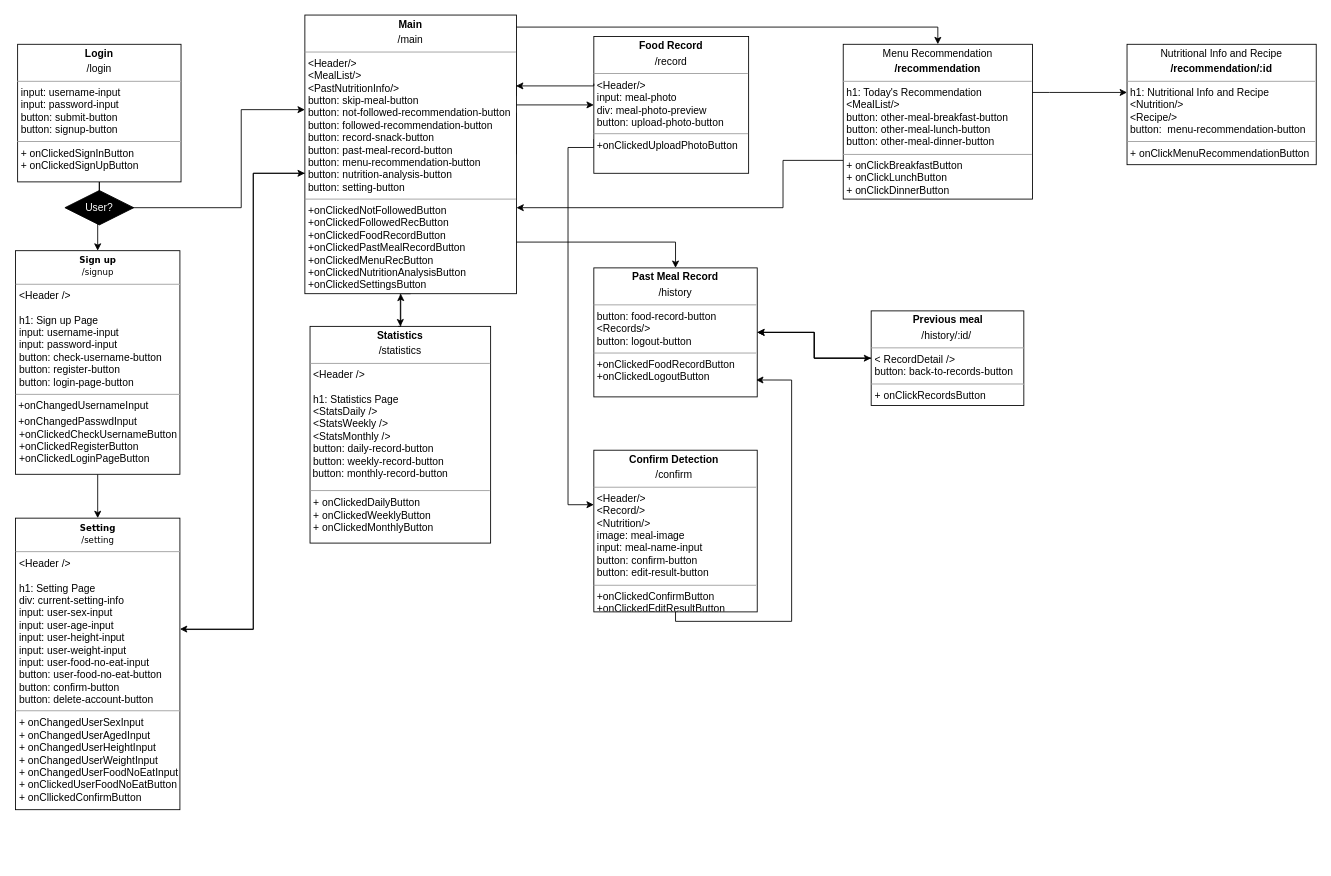
The draw.io diagram diagrams/Frontend_UML.drawio in swsnu/swpp2021-team5, before the edit. Source tidied: cells renumbered, new cells numbered last; positions are measured from the earlier drawing's top-left corner, leaving out a move shared by most shapes. Both pictures are drawn from the tidied source at 86%, with x=0, y=0 at pixel (15, 15).
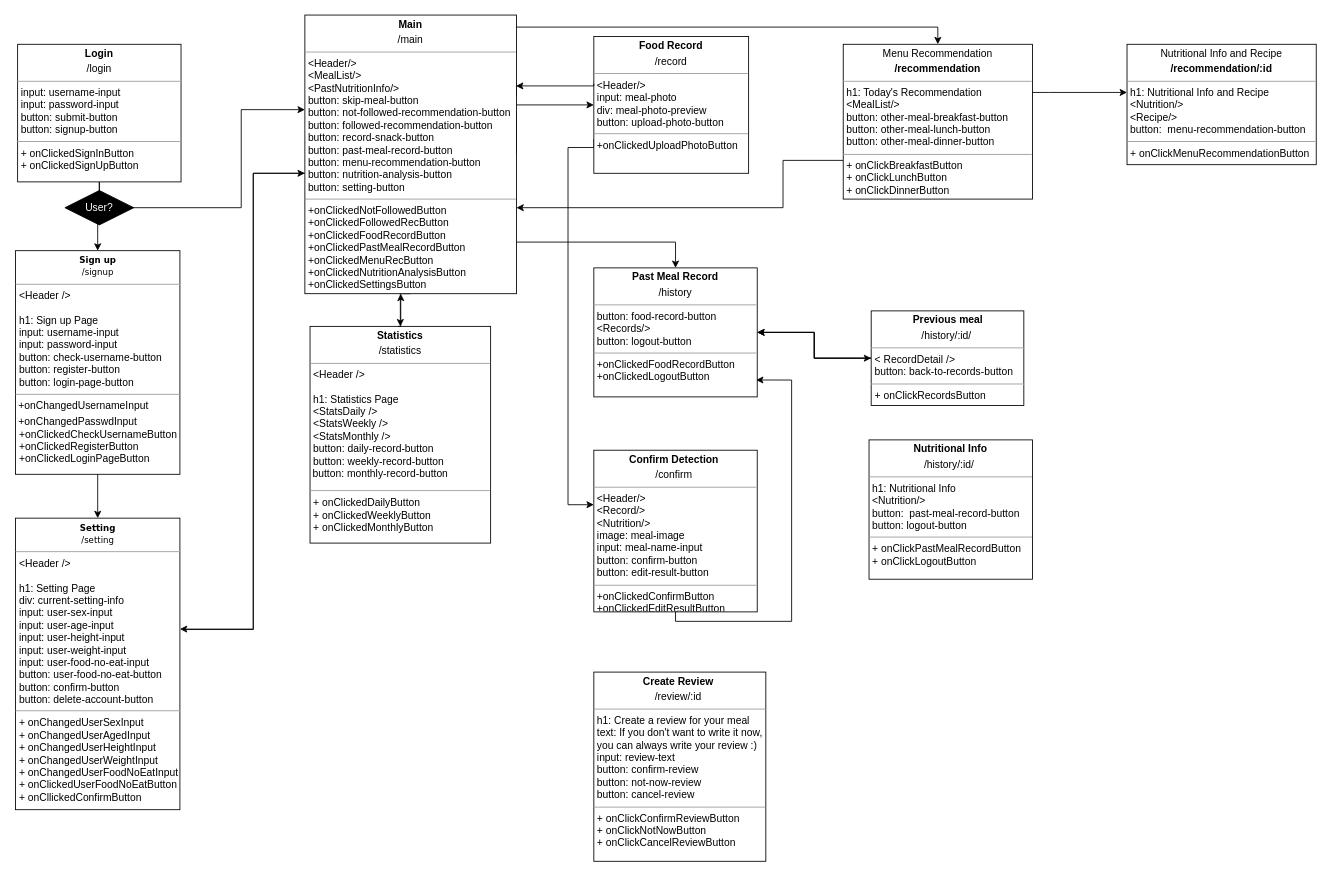
The same page after the edit.

Diff of the diagram source:
```diff
@@
+    <mxCell id="32" value="&lt;p style=&quot;margin: 0px ; margin-top: 4px ; text-align: center&quot;&gt;&lt;b&gt;Create Review&amp;nbsp;&lt;/b&gt;&lt;/p&gt;&lt;p style=&quot;margin: 0px ; margin-top: 4px ; text-align: center&quot;&gt;/review/:id&lt;b&gt;&amp;nbsp;&lt;/b&gt;&lt;/p&gt;&lt;hr size=&quot;1&quot;&gt;&lt;p style=&quot;margin: 0px 0px 0px 4px&quot;&gt;h1: Create a review for your meal&lt;/p&gt;&lt;p style=&quot;margin: 0px 0px 0px 4px&quot;&gt;text: If you don't want to write it now,&amp;nbsp;&lt;/p&gt;&lt;p style=&quot;margin: 0px 0px 0px 4px&quot;&gt;you can always write your review :)&lt;/p&gt;&lt;p style=&quot;margin: 0px 0px 0px 4px&quot;&gt;input: review-text&lt;/p&gt;&lt;p style=&quot;margin: 0px 0px 0px 4px&quot;&gt;button: confirm-review&lt;/p&gt;&lt;p style=&quot;margin: 0px 0px 0px 4px&quot;&gt;button: not-now-review&lt;/p&gt;&lt;p style=&quot;margin: 0px 0px 0px 4px&quot;&gt;button: cancel-review&lt;/p&gt;&lt;hr size=&quot;1&quot;&gt;&lt;p style=&quot;margin: 0px 0px 0px 4px&quot;&gt;+ onClickConfirmReviewButton&lt;br&gt;+ onClickNotNowButton&lt;/p&gt;&lt;p style=&quot;margin: 0px 0px 0px 4px&quot;&gt;+ onClickCancelReviewButton&lt;/p&gt;&lt;p style=&quot;margin: 0px ; margin-left: 4px&quot;&gt;&lt;br&gt;&lt;/p&gt;&lt;p style=&quot;margin: 0px ; margin-left: 4px&quot;&gt;&lt;br&gt;&lt;/p&gt;" style="verticalAlign=top;align=left;overflow=fill;fontSize=12;fontFamily=Helvetica;html=1;" parent="1" vertex="1">
+      <mxGeometry x="672" y="764" width="200" height="220" as="geometry" />
+    </mxCell>
+    <mxCell id="33" value="&lt;p style=&quot;margin: 0px ; margin-top: 4px ; text-align: center&quot;&gt;&lt;b&gt;Nutritional Info&lt;/b&gt;&lt;/p&gt;&lt;p style=&quot;margin: 0px ; margin-top: 4px ; text-align: center&quot;&gt;/history/:id/&lt;b&gt;&amp;nbsp;&lt;/b&gt;&lt;/p&gt;&lt;hr size=&quot;1&quot;&gt;&lt;p style=&quot;margin: 0px 0px 0px 4px&quot;&gt;h1: Nutritional Info&lt;/p&gt;&lt;p style=&quot;margin: 0px 0px 0px 4px&quot;&gt;&amp;lt;Nutrition/&amp;gt;&lt;/p&gt;&lt;p style=&quot;margin: 0px 0px 0px 4px&quot;&gt;button:&amp;nbsp; past-meal-record-button&amp;nbsp;&lt;br&gt;&lt;/p&gt;&lt;p style=&quot;margin: 0px 0px 0px 4px&quot;&gt;button: logout-button&lt;/p&gt;&lt;hr size=&quot;1&quot;&gt;&lt;p style=&quot;margin: 0px 0px 0px 4px&quot;&gt;+ onClickPastMealRecordButton&lt;/p&gt;&lt;p style=&quot;margin: 0px 0px 0px 4px&quot;&gt;+ onClickLogoutButton&lt;/p&gt;" style="verticalAlign=top;align=left;overflow=fill;fontSize=12;fontFamily=Helvetica;html=1;" parent="1" vertex="1">
+      <mxGeometry x="992" y="494" width="190" height="162" as="geometry" />
+    </mxCell>
```
